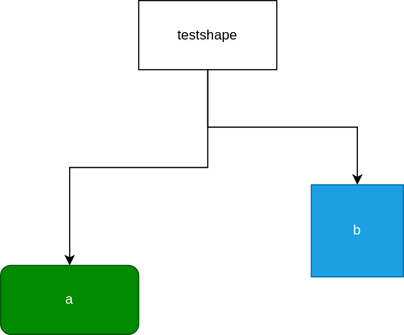
Earlier version of the draw.io export IB deployment/test.drawio.svg (leoluKL/AOHDeployment). Source tidied: cells renumbered, new cells last; positions are measured from the earlier drawing's top-left corner, leaving out a move shared by most shapes. Source of this version:
```xml
<mxGraphModel>
  <root>
    <mxCell id="0" />
    <mxCell id="1" parent="0" />
    <mxCell id="2" style="edgeStyle=orthogonalEdgeStyle;html=1;exitX=0.5;exitY=1;exitDx=0;exitDy=0;entryX=0.5;entryY=0;entryDx=0;entryDy=0;rounded=0;" parent="1" edge="1" source="4" target="6">
      <mxGeometry relative="1" as="geometry" />
    </mxCell>
    <mxCell id="3" style="edgeStyle=orthogonalEdgeStyle;html=1;exitX=0.5;exitY=1;exitDx=0;exitDy=0;rounded=0;" parent="1" edge="1" source="4" target="5">
      <mxGeometry relative="1" as="geometry" />
    </mxCell>
    <mxCell id="4" value="testshape" style="rounded=0;whiteSpace=wrap;html=1;" parent="1" vertex="1">
      <mxGeometry x="120" width="120" height="60" as="geometry" />
    </mxCell>
    <mxCell id="5" value="b" style="whiteSpace=wrap;html=1;fillColor=#1ba1e2;fontColor=#ffffff;strokeColor=#006EAF;" parent="1" vertex="1">
      <mxGeometry x="270" y="160" width="80" height="80" as="geometry" />
    </mxCell>
    <mxCell id="6" value="a" style="rounded=1;whiteSpace=wrap;html=1;fillColor=#008a00;fontColor=#ffffff;strokeColor=#005700;" parent="1" vertex="1">
      <mxGeometry y="230" width="120" height="60" as="geometry" />
    </mxCell>
  </root>
</mxGraphModel>
```
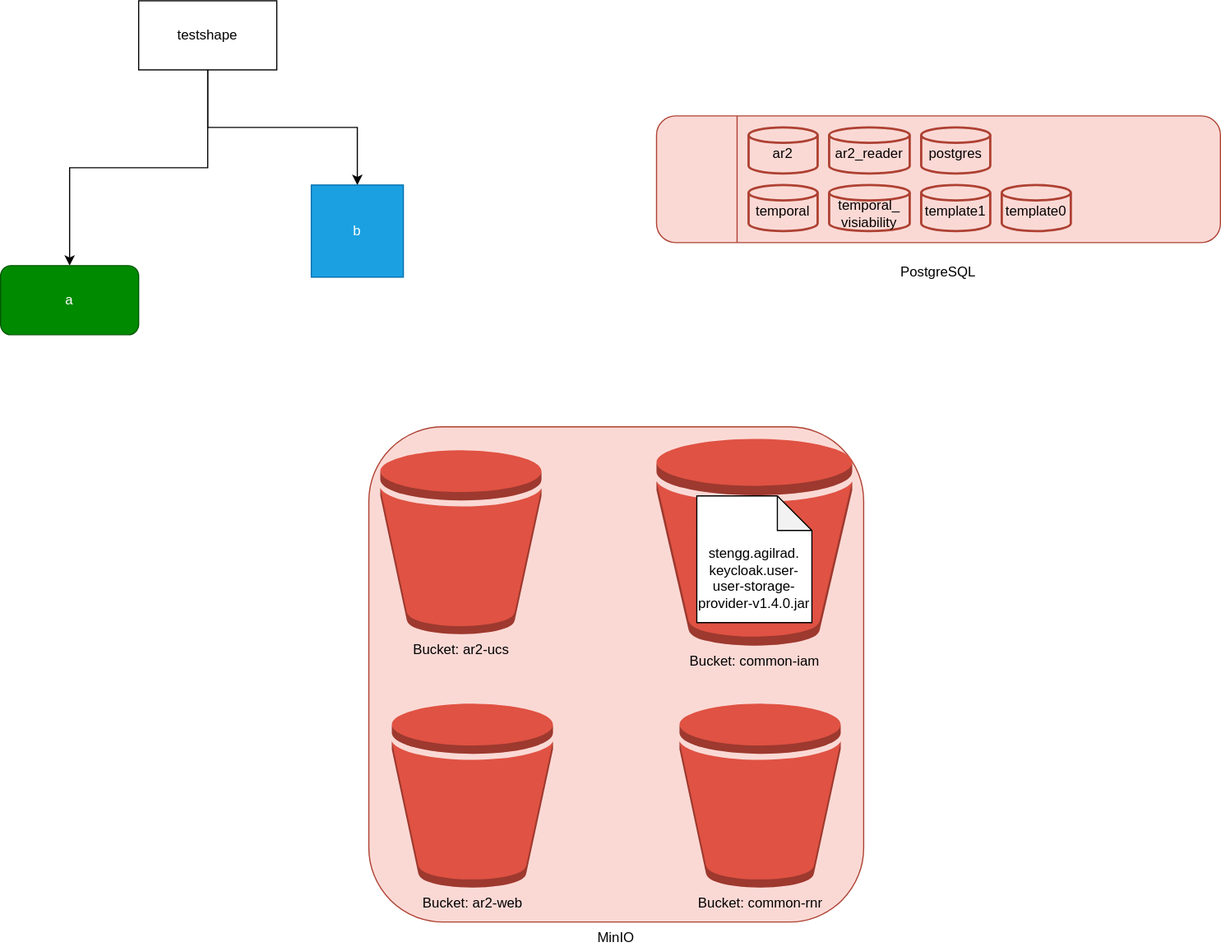
After the commit.

Change to the diagram source:
```diff
@@ -17,5 +17,53 @@
     <mxCell id="6" value="a" style="rounded=1;whiteSpace=wrap;html=1;fillColor=#008a00;fontColor=#ffffff;strokeColor=#005700;" parent="1" vertex="1">
       <mxGeometry y="230" width="120" height="60" as="geometry" />
     </mxCell>
+    <mxCell id="7" value="MinIO" style="rounded=1;whiteSpace=wrap;html=1;labelPosition=center;verticalLabelPosition=bottom;align=center;verticalAlign=top;fillColor=#fad9d5;strokeColor=#ae4132;" parent="1" vertex="1">
+      <mxGeometry x="320" y="370" width="430" height="430" as="geometry" />
+    </mxCell>
+    <mxCell id="8" value="Bucket: ar2-ucs" style="dashed=0;verticalLabelPosition=bottom;verticalAlign=top;align=center;html=1;shape=mxgraph.aws3.bucket;fillColor=#E05243;gradientColor=none;" parent="1" vertex="1">
+      <mxGeometry x="330" y="390" width="140" height="160" as="geometry" />
+    </mxCell>
+    <mxCell id="9" value="&lt;span style=&quot;&quot;&gt;Bucket: common-iam&lt;/span&gt;" style="dashed=0;verticalLabelPosition=bottom;verticalAlign=top;align=center;html=1;shape=mxgraph.aws3.bucket;fillColor=#E05243;gradientColor=none;" parent="1" vertex="1">
+      <mxGeometry x="570" y="380" width="170" height="180" as="geometry" />
+    </mxCell>
+    <mxCell id="10" value="stengg.agilrad.&lt;br&gt;keycloak.user-user-storage-provider-v1.4.0.jar" style="shape=note;whiteSpace=wrap;html=1;backgroundOutline=1;darkOpacity=0.05;verticalAlign=bottom;spacingBottom=7;" parent="1" vertex="1">
+      <mxGeometry x="605" y="430" width="100" height="110" as="geometry" />
+    </mxCell>
+    <mxCell id="11" value="Bucket: ar2-web" style="dashed=0;verticalLabelPosition=bottom;verticalAlign=top;align=center;html=1;shape=mxgraph.aws3.bucket;fillColor=#E05243;gradientColor=none;" parent="1" vertex="1">
+      <mxGeometry x="340" y="610" width="140" height="160" as="geometry" />
+    </mxCell>
+    <mxCell id="12" value="Bucket: common-rnr" style="dashed=0;verticalLabelPosition=bottom;verticalAlign=top;align=center;html=1;shape=mxgraph.aws3.bucket;fillColor=#E05243;gradientColor=none;" parent="1" vertex="1">
+      <mxGeometry x="590" y="610" width="140" height="160" as="geometry" />
+    </mxCell>
+    <mxCell id="13" value="&#10;&lt;span style=&quot;font-family: Helvetica; font-size: 12px; font-style: normal; font-variant-ligatures: normal; font-variant-caps: normal; font-weight: 400; letter-spacing: normal; orphans: 2; text-align: center; text-indent: 0px; text-transform: none; widows: 2; word-spacing: 0px; -webkit-text-stroke-width: 0px; text-decoration-thickness: initial; text-decoration-style: initial; text-decoration-color: initial; float: none; display: inline !important;&quot;&gt;PostgreSQL&lt;/span&gt;&#10;&#10;" style="rounded=1;whiteSpace=wrap;html=1;labelPosition=center;verticalLabelPosition=bottom;align=center;verticalAlign=top;labelBackgroundColor=none;fillColor=#fad9d5;strokeColor=#ae4132;fontColor=#000000;spacing=0;" parent="1" vertex="1">
+      <mxGeometry x="570" y="100" width="490" height="110" as="geometry" />
+    </mxCell>
+    <mxCell id="14" style="endArrow=none;html=1;fillColor=#fad9d5;strokeColor=#ae4132;" parent="1" edge="1">
+      <mxGeometry relative="1" as="geometry">
+        <mxPoint x="640" y="210" as="sourcePoint" />
+        <mxPoint x="640" y="100" as="targetPoint" />
+      </mxGeometry>
+    </mxCell>
+    <mxCell id="15" value="ar2" style="strokeWidth=2;html=1;shape=mxgraph.flowchart.database;whiteSpace=wrap;labelBackgroundColor=none;fillColor=#fad9d5;strokeColor=#ae4132;fontColor=#050000;spacingTop=5;" parent="1" vertex="1">
+      <mxGeometry x="650" y="110" width="60" height="40" as="geometry" />
+    </mxCell>
+    <mxCell id="16" value="ar2_reader" style="strokeWidth=2;html=1;shape=mxgraph.flowchart.database;whiteSpace=wrap;labelBackgroundColor=none;fillColor=#fad9d5;strokeColor=#ae4132;fontColor=#050000;spacingTop=5;" parent="1" vertex="1">
+      <mxGeometry x="720" y="110" width="70" height="40" as="geometry" />
+    </mxCell>
+    <mxCell id="17" value="postgres" style="strokeWidth=2;html=1;shape=mxgraph.flowchart.database;whiteSpace=wrap;labelBackgroundColor=none;fillColor=#fad9d5;strokeColor=#ae4132;fontColor=#050000;spacingTop=5;" parent="1" vertex="1">
+      <mxGeometry x="800" y="110" width="60" height="40" as="geometry" />
+    </mxCell>
+    <mxCell id="18" value="temporal" style="strokeWidth=2;html=1;shape=mxgraph.flowchart.database;whiteSpace=wrap;labelBackgroundColor=none;fillColor=#fad9d5;strokeColor=#ae4132;fontColor=#050000;spacingTop=5;" parent="1" vertex="1">
+      <mxGeometry x="650" y="160" width="60" height="40" as="geometry" />
+    </mxCell>
+    <mxCell id="19" value="temporal_&lt;br&gt;visiability" style="strokeWidth=2;html=1;shape=mxgraph.flowchart.database;whiteSpace=wrap;labelBackgroundColor=none;fillColor=#fad9d5;strokeColor=#ae4132;fontColor=#050000;spacingTop=10;" parent="1" vertex="1">
+      <mxGeometry x="720" y="160" width="70" height="40" as="geometry" />
+    </mxCell>
+    <mxCell id="20" value="template1" style="strokeWidth=2;html=1;shape=mxgraph.flowchart.database;whiteSpace=wrap;labelBackgroundColor=none;fillColor=#fad9d5;strokeColor=#ae4132;fontColor=#050000;spacingTop=5;" parent="1" vertex="1">
+      <mxGeometry x="800" y="160" width="60" height="40" as="geometry" />
+    </mxCell>
+    <mxCell id="21" value="template0" style="strokeWidth=2;html=1;shape=mxgraph.flowchart.database;whiteSpace=wrap;labelBackgroundColor=none;fillColor=#fad9d5;strokeColor=#ae4132;fontColor=#050000;spacingTop=5;" parent="1" vertex="1">
+      <mxGeometry x="870" y="160" width="60" height="40" as="geometry" />
+    </mxCell>
   </root>
 </mxGraphModel>
```
